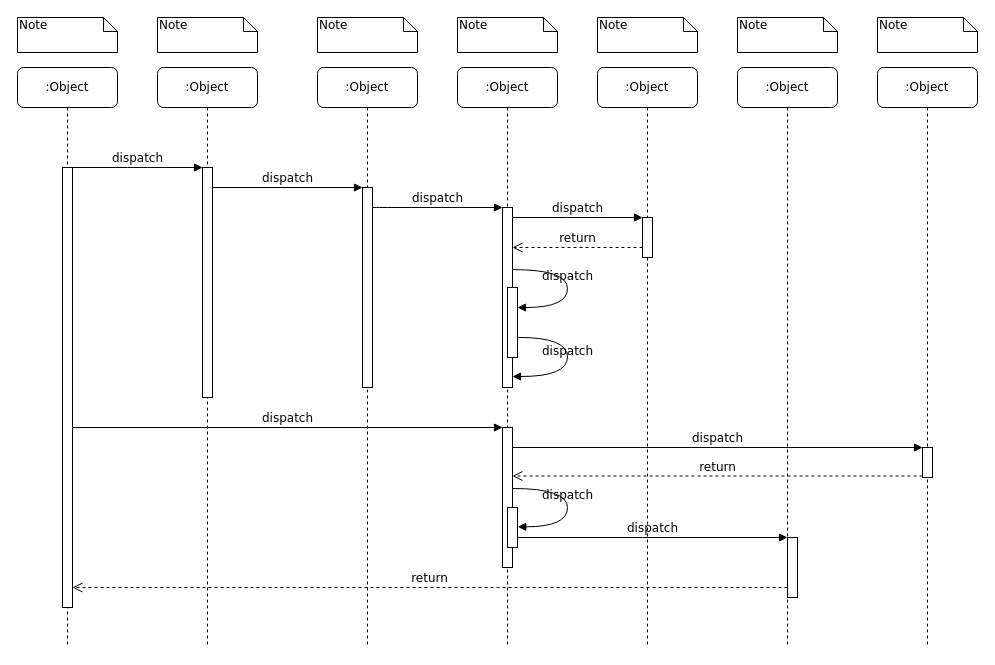
Before: Untitled Diagram.drawio in luoyonghua123/Project1, a draw.io diagram. Source tidied: cells renumbered, new cells numbered last; positions are measured from the earlier drawing's top-left corner, leaving out a move shared by most shapes. Both pictures are drawn from the tidied source at 100%, with x=0, y=0 at pixel (17, 17).
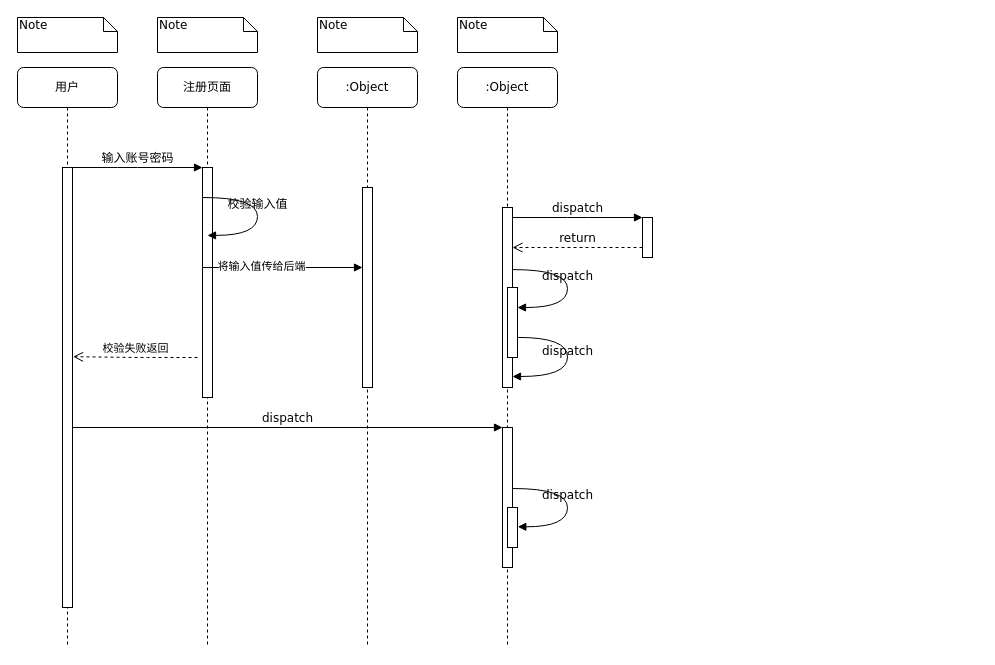
Above is the later version.

Unchanged cells that the change refers to:
```xml
<mxCell id="3" style="html=1;points=[];perimeter=orthogonalPerimeter;rounded=0;shadow=0;comic=0;labelBackgroundColor=none;strokeWidth=1;fontFamily=Verdana;fontSize=12;align=center;" parent="2" vertex="1">
  <mxGeometry x="45" y="100" width="10" height="230" as="geometry" />
</mxCell>
<mxCell id="5" style="html=1;points=[];perimeter=orthogonalPerimeter;rounded=0;shadow=0;comic=0;labelBackgroundColor=none;strokeWidth=1;fontFamily=Verdana;fontSize=12;align=center;" parent="4" vertex="1">
  <mxGeometry x="45" y="120" width="10" height="200" as="geometry" />
</mxCell>
<mxCell id="11" style="html=1;points=[];perimeter=orthogonalPerimeter;rounded=0;shadow=0;comic=0;labelBackgroundColor=none;strokeWidth=1;fontFamily=Verdana;fontSize=12;align=center;" parent="10" vertex="1">
  <mxGeometry x="45" y="100" width="10" height="440" as="geometry" />
</mxCell>
<mxCell id="12" style="html=1;points=[];perimeter=orthogonalPerimeter;rounded=0;shadow=0;comic=0;labelBackgroundColor=none;strokeWidth=1;fontFamily=Verdana;fontSize=12;align=center;" parent="1" vertex="1">
  <mxGeometry x="485" y="190" width="10" height="180" as="geometry" />
</mxCell>
<mxCell id="17" style="html=1;points=[];perimeter=orthogonalPerimeter;rounded=0;shadow=0;comic=0;labelBackgroundColor=none;strokeWidth=1;fontFamily=Verdana;fontSize=12;align=center;" parent="1" vertex="1">
  <mxGeometry x="485" y="410" width="10" height="140" as="geometry" />
</mxCell>
<mxCell id="30" style="html=1;points=[];perimeter=orthogonalPerimeter;rounded=0;shadow=0;comic=0;labelBackgroundColor=none;strokeWidth=1;fontFamily=Verdana;fontSize=12;align=center;" parent="1" vertex="1">
  <mxGeometry x="490" y="490" width="10" height="40" as="geometry" />
</mxCell>
```

The edit, as a diff of the source:
```diff
@@
-    <mxCell id="2" value=":Object" style="shape=umlLifeline;perimeter=lifelinePerimeter;whiteSpace=wrap;html=1;rounded=1;shadow=0;comic=0;labelBackgroundColor=none;strokeWidth=1;fontFamily=Verdana;fontSize=12;align=center;" parent="1" vertex="1">
+    <mxCell id="2" value="注册页面" style="shape=umlLifeline;perimeter=lifelinePerimeter;whiteSpace=wrap;html=1;rounded=1;shadow=0;comic=0;labelBackgroundColor=none;strokeWidth=1;fontFamily=Verdana;fontSize=12;align=center;" parent="1" vertex="1">
       <mxGeometry x="140" y="50" width="100" height="580" as="geometry" />
     </mxCell>
@@
-    <mxCell id="7" value=":Object" style="shape=umlLifeline;perimeter=lifelinePerimeter;whiteSpace=wrap;html=1;rounded=1;shadow=0;comic=0;labelBackgroundColor=none;strokeWidth=1;fontFamily=Verdana;fontSize=12;align=center;" parent="1" vertex="1">
-      <mxGeometry x="580" y="50" width="100" height="580" as="geometry" />
-    </mxCell>
-    <mxCell id="8" value=":Object" style="shape=umlLifeline;perimeter=lifelinePerimeter;whiteSpace=wrap;html=1;rounded=1;shadow=0;comic=0;labelBackgroundColor=none;strokeWidth=1;fontFamily=Verdana;fontSize=12;align=center;" parent="1" vertex="1">
-      <mxGeometry x="720" y="50" width="100" height="580" as="geometry" />
-    </mxCell>
-    <mxCell id="9" value=":Object" style="shape=umlLifeline;perimeter=lifelinePerimeter;whiteSpace=wrap;html=1;rounded=1;shadow=0;comic=0;labelBackgroundColor=none;strokeWidth=1;fontFamily=Verdana;fontSize=12;align=center;" parent="1" vertex="1">
-      <mxGeometry x="860" y="50" width="100" height="580" as="geometry" />
-    </mxCell>
-    <mxCell id="10" value=":Object" style="shape=umlLifeline;perimeter=lifelinePerimeter;whiteSpace=wrap;html=1;rounded=1;shadow=0;comic=0;labelBackgroundColor=none;strokeWidth=1;fontFamily=Verdana;fontSize=12;align=center;" parent="1" vertex="1">
+    <mxCell id="10" value="用户" style="shape=umlLifeline;perimeter=lifelinePerimeter;whiteSpace=wrap;html=1;rounded=1;shadow=0;comic=0;labelBackgroundColor=none;strokeWidth=1;fontFamily=Verdana;fontSize=12;align=center;" parent="1" vertex="1">
       <mxGeometry y="50" width="100" height="580" as="geometry" />
     </mxCell>
@@
-    <mxCell id="13" value="dispatch" style="html=1;verticalAlign=bottom;endArrow=block;labelBackgroundColor=none;fontFamily=Verdana;fontSize=12;edgeStyle=elbowEdgeStyle;elbow=vertical;" parent="1" edge="1" source="5" target="12">
-      <mxGeometry relative="1" as="geometry">
-        <Array as="points">
-          <mxPoint x="360" y="190" />
-        </Array>
-      </mxGeometry>
-    </mxCell>
@@
-    <mxCell id="19" style="html=1;points=[];perimeter=orthogonalPerimeter;rounded=0;shadow=0;comic=0;labelBackgroundColor=none;strokeColor=#000000;strokeWidth=1;fillColor=#FFFFFF;fontFamily=Verdana;fontSize=12;fontColor=#000000;align=center;" parent="1" vertex="1">
-      <mxGeometry x="905" y="430" width="10" height="30" as="geometry" />
-    </mxCell>
-    <mxCell id="20" value="dispatch" style="html=1;verticalAlign=bottom;endArrow=block;entryX=0;entryY=0;labelBackgroundColor=none;fontFamily=Verdana;fontSize=12;" parent="1" edge="1" source="17" target="19">
-      <mxGeometry relative="1" as="geometry" />
-    </mxCell>
-    <mxCell id="21" value="return" style="html=1;verticalAlign=bottom;endArrow=open;dashed=1;endSize=8;exitX=0;exitY=0.95;labelBackgroundColor=none;fontFamily=Verdana;fontSize=12;" parent="1" edge="1" source="19" target="17">
-      <mxGeometry relative="1" as="geometry" />
-    </mxCell>
-    <mxCell id="22" style="html=1;points=[];perimeter=orthogonalPerimeter;rounded=0;shadow=0;comic=0;labelBackgroundColor=none;strokeWidth=1;fontFamily=Verdana;fontSize=12;align=center;" parent="1" vertex="1">
-      <mxGeometry x="770" y="520" width="10" height="60" as="geometry" />
-    </mxCell>
-    <mxCell id="23" value="dispatch" style="html=1;verticalAlign=bottom;endArrow=block;entryX=0;entryY=0;labelBackgroundColor=none;fontFamily=Verdana;fontSize=12;edgeStyle=elbowEdgeStyle;elbow=vertical;" parent="1" edge="1" source="30" target="22">
-      <mxGeometry relative="1" as="geometry" />
-    </mxCell>
-    <mxCell id="24" value="return" style="html=1;verticalAlign=bottom;endArrow=open;dashed=1;endSize=8;labelBackgroundColor=none;fontFamily=Verdana;fontSize=12;edgeStyle=elbowEdgeStyle;elbow=vertical;" parent="1" edge="1" source="22" target="11">
-      <mxGeometry relative="1" as="geometry">
-        <Array as="points">
-          <mxPoint x="470" y="570" />
-        </Array>
-      </mxGeometry>
-    </mxCell>
-    <mxCell id="25" value="dispatch" style="html=1;verticalAlign=bottom;endArrow=block;entryX=0;entryY=0;labelBackgroundColor=none;fontFamily=Verdana;fontSize=12;edgeStyle=elbowEdgeStyle;elbow=vertical;" parent="1" edge="1" source="11" target="3">
-      <mxGeometry relative="1" as="geometry" />
+    <mxCell id="25" value="输入账号密码" style="html=1;verticalAlign=bottom;endArrow=block;entryX=0;entryY=0;labelBackgroundColor=none;fontFamily=Verdana;fontSize=12;edgeStyle=elbowEdgeStyle;elbow=vertical;" parent="1" edge="1" source="11" target="3">
+      <mxGeometry relative="1" as="geometry">
+        <Array as="points">
+          <mxPoint x="110" y="150" />
+        </Array>
+      </mxGeometry>
     </mxCell>
-    <mxCell id="26" value="dispatch" style="html=1;verticalAlign=bottom;endArrow=block;entryX=0;entryY=0;labelBackgroundColor=none;fontFamily=Verdana;fontSize=12;edgeStyle=elbowEdgeStyle;elbow=vertical;" parent="1" edge="1" source="3" target="5">
-      <mxGeometry relative="1" as="geometry" />
-    </mxCell>
@@
-    <mxCell id="36" value="Note" style="shape=note;whiteSpace=wrap;html=1;size=14;verticalAlign=top;align=left;spacingTop=-6;rounded=0;shadow=0;comic=0;labelBackgroundColor=none;strokeWidth=1;fontFamily=Verdana;fontSize=12;" parent="1" vertex="1">
-      <mxGeometry x="580" width="100" height="35" as="geometry" />
-    </mxCell>
-    <mxCell id="37" value="Note" style="shape=note;whiteSpace=wrap;html=1;size=14;verticalAlign=top;align=left;spacingTop=-6;rounded=0;shadow=0;comic=0;labelBackgroundColor=none;strokeWidth=1;fontFamily=Verdana;fontSize=12;" parent="1" vertex="1">
-      <mxGeometry x="720" width="100" height="35" as="geometry" />
-    </mxCell>
-    <mxCell id="38" value="Note" style="shape=note;whiteSpace=wrap;html=1;size=14;verticalAlign=top;align=left;spacingTop=-6;rounded=0;shadow=0;comic=0;labelBackgroundColor=none;strokeWidth=1;fontFamily=Verdana;fontSize=12;" parent="1" vertex="1">
-      <mxGeometry x="860" width="100" height="35" as="geometry" />
-    </mxCell>
+    <mxCell id="39" value="校验输入值" style="html=1;verticalAlign=bottom;endArrow=block;labelBackgroundColor=none;fontFamily=Verdana;fontSize=12;elbow=vertical;edgeStyle=orthogonalEdgeStyle;curved=1;entryX=1;entryY=0.286;entryPerimeter=0;exitX=1.038;exitY=0.345;exitPerimeter=0;" parent="1" edge="1">
+      <mxGeometry relative="1" as="geometry">
+        <mxPoint x="185.4" y="180" as="sourcePoint" />
+        <mxPoint x="190" y="217.9" as="targetPoint" />
+        <Array as="points">
+          <mxPoint x="240" y="179.9" />
+          <mxPoint x="240" y="217.9" />
+        </Array>
+      </mxGeometry>
+    </mxCell>
+    <mxCell id="40" style="endArrow=block;endFill=1;html=1;edgeStyle=orthogonalEdgeStyle;align=left;verticalAlign=top;" parent="1" edge="1">
+      <mxGeometry x="-1" relative="1" as="geometry">
+        <mxPoint x="185" y="250" as="sourcePoint" />
+        <mxPoint x="345" y="250" as="targetPoint" />
+      </mxGeometry>
+    </mxCell>
+    <mxCell id="41" value="将输入值传给后端" style="edgeLabel;html=1;align=center;verticalAlign=middle;" parent="40" vertex="1">
+      <mxGeometry x="-0.27" y="2" relative="1" as="geometry" />
+    </mxCell>
+    <mxCell id="42" value="校验失败返回" style="html=1;verticalAlign=bottom;endArrow=open;dashed=1;endSize=8;entryX=1.06;entryY=0.43;entryDx=0;entryDy=0;entryPerimeter=0;" parent="1" edge="1" target="11">
+      <mxGeometry relative="1" as="geometry">
+        <mxPoint x="180" y="340" as="sourcePoint" />
+        <Array as="points">
+          <mxPoint x="120" y="340" />
+        </Array>
+      </mxGeometry>
+    </mxCell>
```
